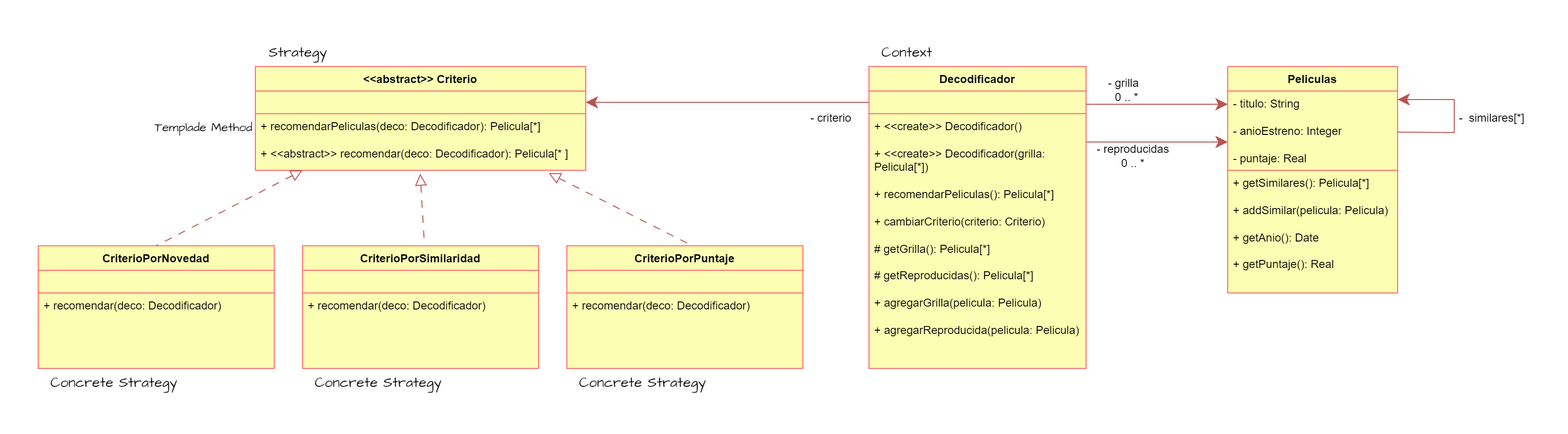
This is 3er_Año/Orientación_a_Objetos_2/Patrones/Ejercicio13-DecodificadoDePeliculas/Decodificador_UML.png from NicolasCaporal/Sistemas_UNLP, a draw.io export, as it was before one commit. Source tidied: cells renumbered, new cells last; positions are measured from the earlier drawing's top-left corner, leaving out a move shared by most shapes.
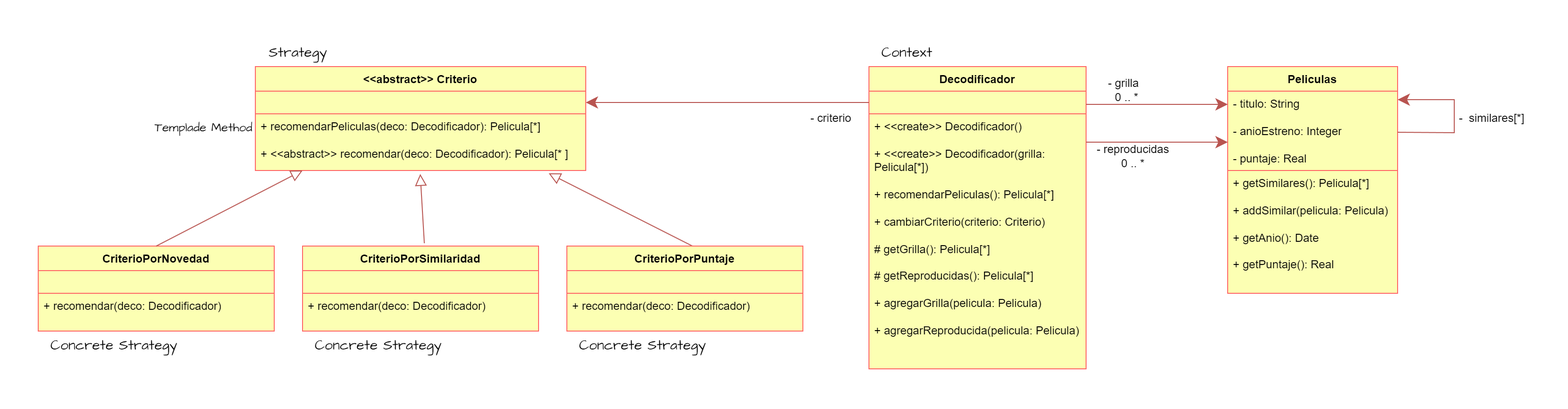
After the commit.

Change to the diagram source:
```diff
@@ -44,35 +44,35 @@
       <mxGeometry y="50" width="350" height="60" as="geometry" />
     </mxCell>
     <mxCell id="15" value="CriterioPorNovedad" style="swimlane;fontStyle=1;align=center;verticalAlign=top;horizontal=1;startSize=26;whiteSpace=wrap;html=1;rounded=0;shadow=0;labelBackgroundColor=none;comic=0;strokeColor=#FF6666;strokeWidth=1;fontFamily=Helvetica;fontSize=12;fillColor=#FCFFB3;" parent="1" vertex="1">
-      <mxGeometry y="220" width="250" height="130" as="geometry" />
+      <mxGeometry y="220" width="250" height="90" as="geometry" />
     </mxCell>
     <mxCell id="16" style="text;strokeColor=#FF6666;fillColor=#FCFFB3;align=left;verticalAlign=top;spacingLeft=4;spacingRight=4;overflow=hidden;whiteSpace=wrap;html=1;fontSize=12;fontFamily=Helvetica;" parent="15" vertex="1">
       <mxGeometry y="26" width="250" height="24" as="geometry" />
     </mxCell>
     <mxCell id="17" value="+ recomendar(deco: Decodificador)" style="text;strokeColor=#FF6666;fillColor=#FCFFB3;align=left;verticalAlign=top;spacingLeft=4;spacingRight=4;overflow=hidden;whiteSpace=wrap;html=1;fontSize=12;fontFamily=Helvetica;" parent="15" vertex="1">
-      <mxGeometry y="50" width="250" height="80" as="geometry" />
+      <mxGeometry y="50" width="250" height="40" as="geometry" />
     </mxCell>
-    <mxCell id="18" style="endArrow=none;html=1;rounded=0;hachureGap=4;fontFamily=Architects Daughter;fontSource=https%3A%2F%2Ffonts.googleapis.com%2Fcss%3Ffamily%3DArchitects%2BDaughter;fontSize=16;fillColor=#f8cecc;strokeColor=#b85450;endFill=0;endSize=10;entryX=0.25;entryY=0;entryDx=0;entryDy=0;startArrow=block;startFill=0;startSize=10;dashed=1;dashPattern=8 8;exitX=0.888;exitY=1.05;exitDx=0;exitDy=0;exitPerimeter=0;" parent="1" edge="1" source="14">
+    <mxCell id="18" style="endArrow=none;html=1;rounded=0;hachureGap=4;fontFamily=Architects Daughter;fontSource=https%3A%2F%2Ffonts.googleapis.com%2Fcss%3Ffamily%3DArchitects%2BDaughter;fontSize=16;fillColor=#f8cecc;strokeColor=#b85450;endFill=0;endSize=10;entryX=0.25;entryY=0;entryDx=0;entryDy=0;startArrow=block;startFill=0;startSize=10;exitX=0.888;exitY=1.05;exitDx=0;exitDy=0;exitPerimeter=0;" parent="1" edge="1" source="14">
       <mxGeometry relative="1" as="geometry">
         <mxPoint x="693" y="220" as="targetPoint" />
       </mxGeometry>
     </mxCell>
-    <mxCell id="19" style="endArrow=none;html=1;rounded=0;hachureGap=4;fontFamily=Architects Daughter;fontSource=https%3A%2F%2Ffonts.googleapis.com%2Fcss%3Ffamily%3DArchitects%2BDaughter;fontSize=16;fillColor=#f8cecc;strokeColor=#b85450;endFill=0;exitX=0.5;exitY=1;exitDx=0;exitDy=0;endSize=10;entryX=0.5;entryY=0;entryDx=0;entryDy=0;startSize=10;startArrow=block;startFill=0;dashed=1;dashPattern=8 8;" parent="1" edge="1" target="15">
+    <mxCell id="19" style="endArrow=none;html=1;rounded=0;hachureGap=4;fontFamily=Architects Daughter;fontSource=https%3A%2F%2Ffonts.googleapis.com%2Fcss%3Ffamily%3DArchitects%2BDaughter;fontSize=16;fillColor=#f8cecc;strokeColor=#b85450;endFill=0;exitX=0.5;exitY=1;exitDx=0;exitDy=0;endSize=10;entryX=0.5;entryY=0;entryDx=0;entryDy=0;startSize=10;startArrow=block;startFill=0;" parent="1" edge="1" target="15">
       <mxGeometry relative="1" as="geometry">
         <mxPoint x="280" y="140" as="sourcePoint" />
       </mxGeometry>
     </mxCell>
     <mxCell id="20" value="CriterioPorSimilaridad" style="swimlane;fontStyle=1;align=center;verticalAlign=top;horizontal=1;startSize=26;whiteSpace=wrap;html=1;rounded=0;shadow=0;labelBackgroundColor=none;comic=0;strokeColor=#FF6666;strokeWidth=1;fontFamily=Helvetica;fontSize=12;fillColor=#FCFFB3;" parent="1" vertex="1">
-      <mxGeometry x="280" y="220" width="250" height="130" as="geometry" />
+      <mxGeometry x="280" y="220" width="250" height="90" as="geometry" />
     </mxCell>
     <mxCell id="21" style="text;strokeColor=#FF6666;fillColor=#FCFFB3;align=left;verticalAlign=top;spacingLeft=4;spacingRight=4;overflow=hidden;whiteSpace=wrap;html=1;fontSize=12;fontFamily=Helvetica;" parent="20" vertex="1">
       <mxGeometry y="26" width="250" height="24" as="geometry" />
     </mxCell>
     <mxCell id="22" value="+ recomendar(deco: Decodificador)" style="text;strokeColor=#FF6666;fillColor=#FCFFB3;align=left;verticalAlign=top;spacingLeft=4;spacingRight=4;overflow=hidden;whiteSpace=wrap;html=1;fontSize=12;fontFamily=Helvetica;" parent="20" vertex="1">
-      <mxGeometry y="50" width="250" height="80" as="geometry" />
+      <mxGeometry y="50" width="250" height="40" as="geometry" />
     </mxCell>
     <mxCell id="23" value="Concrete Strategy" style="text;html=1;align=center;verticalAlign=middle;strokeColor=none;fillColor=none;fontFamily=Architects Daughter;fontSource=https%3A%2F%2Ffonts.googleapis.com%2Fcss%3Ffamily%3DArchitects%2BDaughter;fontSize=15;" parent="1" vertex="1">
-      <mxGeometry y="350" width="160" height="30" as="geometry" />
+      <mxGeometry y="310" width="160" height="30" as="geometry" />
     </mxCell>
     <mxCell id="24" value="Strategy" style="text;html=1;align=center;verticalAlign=middle;strokeColor=none;fillColor=none;fontFamily=Architects Daughter;fontSource=https%3A%2F%2Ffonts.googleapis.com%2Fcss%3Ffamily%3DArchitects%2BDaughter;fontSize=15;" parent="1" vertex="1">
       <mxGeometry x="230" width="90" height="30" as="geometry" />
@@ -91,15 +91,15 @@
       <mxGeometry x="1500" y="70" width="80" height="30" as="geometry" />
     </mxCell>
     <mxCell id="27" value="CriterioPorPuntaje" style="swimlane;fontStyle=1;align=center;verticalAlign=top;horizontal=1;startSize=26;whiteSpace=wrap;html=1;rounded=0;shadow=0;labelBackgroundColor=none;comic=0;strokeColor=#FF6666;strokeWidth=1;fontFamily=Helvetica;fontSize=12;fillColor=#FCFFB3;" parent="1" vertex="1">
-      <mxGeometry x="560" y="220" width="250" height="130" as="geometry" />
+      <mxGeometry x="560" y="220" width="250" height="90" as="geometry" />
     </mxCell>
     <mxCell id="28" style="text;strokeColor=#FF6666;fillColor=#FCFFB3;align=left;verticalAlign=top;spacingLeft=4;spacingRight=4;overflow=hidden;whiteSpace=wrap;html=1;fontSize=12;fontFamily=Helvetica;" parent="27" vertex="1">
       <mxGeometry y="26" width="250" height="24" as="geometry" />
     </mxCell>
     <mxCell id="29" value="+ recomendar(deco: Decodificador)" style="text;strokeColor=#FF6666;fillColor=#FCFFB3;align=left;verticalAlign=top;spacingLeft=4;spacingRight=4;overflow=hidden;whiteSpace=wrap;html=1;fontSize=12;fontFamily=Helvetica;" parent="27" vertex="1">
-      <mxGeometry y="50" width="250" height="80" as="geometry" />
+      <mxGeometry y="50" width="250" height="40" as="geometry" />
     </mxCell>
-    <mxCell id="30" style="endArrow=none;html=1;rounded=0;hachureGap=4;fontFamily=Architects Daughter;fontSource=https%3A%2F%2Ffonts.googleapis.com%2Fcss%3Ffamily%3DArchitects%2BDaughter;fontSize=16;fillColor=#f8cecc;strokeColor=#b85450;endFill=0;endSize=10;entryX=0.25;entryY=0;entryDx=0;entryDy=0;startArrow=block;startFill=0;startSize=10;dashed=1;dashPattern=8 8;exitX=0.499;exitY=1.062;exitDx=0;exitDy=0;exitPerimeter=0;" parent="1" edge="1" source="14">
+    <mxCell id="30" style="endArrow=none;html=1;rounded=0;hachureGap=4;fontFamily=Architects Daughter;fontSource=https%3A%2F%2Ffonts.googleapis.com%2Fcss%3Ffamily%3DArchitects%2BDaughter;fontSize=16;fillColor=#f8cecc;strokeColor=#b85450;endFill=0;endSize=10;entryX=0.25;entryY=0;entryDx=0;entryDy=0;startArrow=block;startFill=0;startSize=10;exitX=0.499;exitY=1.062;exitDx=0;exitDy=0;exitPerimeter=0;" parent="1" edge="1" source="14">
       <mxGeometry relative="1" as="geometry">
         <mxPoint x="409" y="217" as="targetPoint" />
       </mxGeometry>
@@ -117,10 +117,10 @@
       <mxGeometry x="880" width="80" height="30" as="geometry" />
     </mxCell>
     <mxCell id="34" value="Concrete Strategy" style="text;html=1;align=center;verticalAlign=middle;strokeColor=none;fillColor=none;fontFamily=Architects Daughter;fontSource=https%3A%2F%2Ffonts.googleapis.com%2Fcss%3Ffamily%3DArchitects%2BDaughter;fontSize=15;" parent="1" vertex="1">
-      <mxGeometry x="280" y="350" width="160" height="30" as="geometry" />
+      <mxGeometry x="280" y="310" width="160" height="30" as="geometry" />
     </mxCell>
     <mxCell id="35" value="Concrete Strategy" style="text;html=1;align=center;verticalAlign=middle;strokeColor=none;fillColor=none;fontFamily=Architects Daughter;fontSource=https%3A%2F%2Ffonts.googleapis.com%2Fcss%3Ffamily%3DArchitects%2BDaughter;fontSize=15;" parent="1" vertex="1">
-      <mxGeometry x="560" y="350" width="160" height="30" as="geometry" />
+      <mxGeometry x="560" y="310" width="160" height="30" as="geometry" />
     </mxCell>
     <mxCell id="36" value="Templade Method" style="text;html=1;align=center;verticalAlign=middle;strokeColor=none;fillColor=none;fontFamily=Architects Daughter;fontSource=https%3A%2F%2Ffonts.googleapis.com%2Fcss%3Ffamily%3DArchitects%2BDaughter;fontSize=13;" parent="1" vertex="1">
       <mxGeometry x="110" y="80" width="130" height="30" as="geometry" />
```
